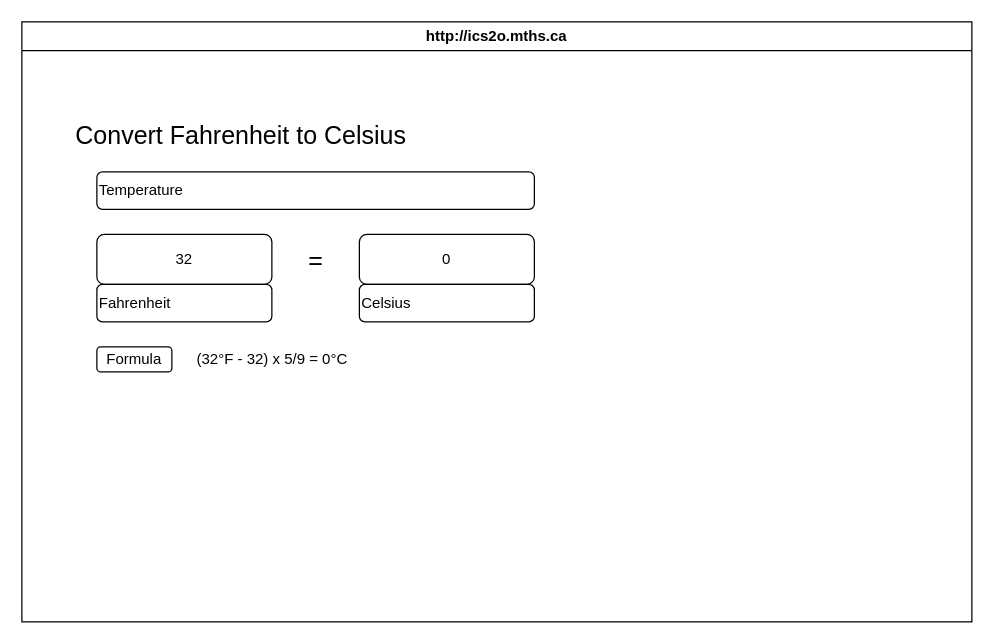
The draw.io diagram design/storyboard.drawio in MTHS-ICD2O-1-2024/ICD2O-Unit-3-04-Shanea-Jaromay1, before the edit. Source tidied: cells renumbered, new cells numbered last; positions are measured from the earlier drawing's top-left corner, leaving out a move shared by most shapes. Both pictures are drawn from the tidied source at 125%, with x=0, y=0 at pixel (21, 21).
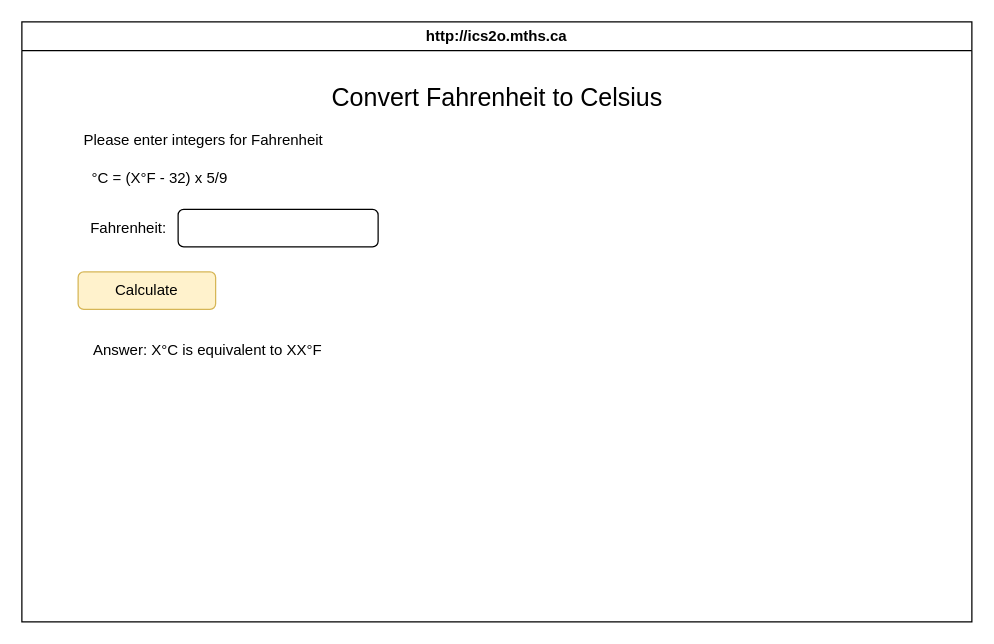
After the change.

The edit, as a diff of the source:
```diff
@@
 <mxGraphModel>
   <root>
     <mxCell id="0" />
     <mxCell id="1" parent="0" />
     <mxCell id="2" value="http://ics2o.mths.ca" style="swimlane;whiteSpace=wrap;html=1;" parent="1" vertex="1">
       <mxGeometry width="760" height="480" as="geometry" />
     </mxCell>
     <mxCell id="3" value="&lt;font style=&quot;font-size: 20px;&quot;&gt;Convert Fahrenheit to Celsius&lt;/font&gt;" style="text;html=1;align=center;verticalAlign=middle;strokeColor=none;fillColor=none;" parent="2" vertex="1">
-      <mxGeometry x="30" y="70" width="290" height="40" as="geometry" />
+      <mxGeometry x="235" y="40" width="290" height="40" as="geometry" />
     </mxCell>
-    <mxCell id="4" value="Temperature" style="rounded=1;whiteSpace=wrap;html=1;align=left;" parent="2" vertex="1">
-      <mxGeometry x="60" y="120" width="350" height="30" as="geometry" />
+    <mxCell id="4" style="rounded=1;whiteSpace=wrap;html=1;align=left;" parent="2" vertex="1">
+      <mxGeometry x="125" y="150" width="160" height="30" as="geometry" />
     </mxCell>
-    <mxCell id="5" value="32" style="rounded=1;whiteSpace=wrap;html=1;" parent="2" vertex="1">
-      <mxGeometry x="60" y="170" width="140" height="40" as="geometry" />
+    <mxCell id="5" value="Calculate" style="rounded=1;whiteSpace=wrap;html=1;fillColor=#fff2cc;strokeColor=#d6b656;" parent="2" vertex="1">
+      <mxGeometry x="45" y="200" width="110" height="30" as="geometry" />
     </mxCell>
-    <mxCell id="6" value="&lt;font style=&quot;font-size: 20px;&quot;&gt;=&lt;/font&gt;" style="text;html=1;align=center;verticalAlign=middle;strokeColor=none;fillColor=none;" parent="2" vertex="1">
-      <mxGeometry x="215" y="170" width="40" height="40" as="geometry" />
-    </mxCell>
-    <mxCell id="7" value="Fahrenheit" style="rounded=1;whiteSpace=wrap;html=1;align=left;" parent="2" vertex="1">
-      <mxGeometry x="60" y="210" width="140" height="30" as="geometry" />
-    </mxCell>
-    <mxCell id="8" value="0" style="rounded=1;whiteSpace=wrap;html=1;" parent="2" vertex="1">
-      <mxGeometry x="270" y="170" width="140" height="40" as="geometry" />
-    </mxCell>
-    <mxCell id="9" value="Celsius" style="rounded=1;whiteSpace=wrap;html=1;align=left;" parent="2" vertex="1">
-      <mxGeometry x="270" y="210" width="140" height="30" as="geometry" />
-    </mxCell>
-    <mxCell id="10" value="Formula" style="rounded=1;whiteSpace=wrap;html=1;" parent="2" vertex="1">
-      <mxGeometry x="60" y="260" width="60" height="20" as="geometry" />
-    </mxCell>
-    <mxCell id="11" value="(32°F - 32) x 5/9 = 0°C" style="text;html=1;align=center;verticalAlign=middle;strokeColor=none;fillColor=none;" parent="2" vertex="1">
-      <mxGeometry x="130" y="255" width="140" height="30" as="geometry" />
+    <mxCell id="11" value="&lt;span style=&quot;color: rgb(0, 0, 0);&quot;&gt;°&lt;/span&gt;C = (X°F - 32) x 5/9" style="text;html=1;align=center;verticalAlign=middle;strokeColor=none;fillColor=none;" parent="2" vertex="1">
+      <mxGeometry x="45" y="110" width="130" height="30" as="geometry" />
     </mxCell>
+    <mxCell id="12" value="Please enter integers for Fahrenheit" style="text;html=1;align=center;verticalAlign=middle;strokeColor=none;fillColor=none;" parent="2" vertex="1">
+      <mxGeometry x="40" y="80" width="210" height="30" as="geometry" />
+    </mxCell>
+    <mxCell id="13" value="Fahrenheit:" style="text;html=1;align=center;verticalAlign=middle;strokeColor=none;fillColor=none;" parent="2" vertex="1">
+      <mxGeometry x="45" y="150" width="80" height="30" as="geometry" />
+    </mxCell>
+    <mxCell id="14" value="Answer: X&lt;span style=&quot;color: rgb(0, 0, 0);&quot;&gt;°C is equivalent to XX&lt;/span&gt;&lt;span style=&quot;color: rgb(0, 0, 0);&quot;&gt;°F&amp;nbsp;&lt;/span&gt;" style="text;html=1;align=center;verticalAlign=middle;strokeColor=none;fillColor=none;" parent="2" vertex="1">
+      <mxGeometry x="45" y="248" width="210" height="30" as="geometry" />
+    </mxCell>
   </root>
 </mxGraphModel>
```
